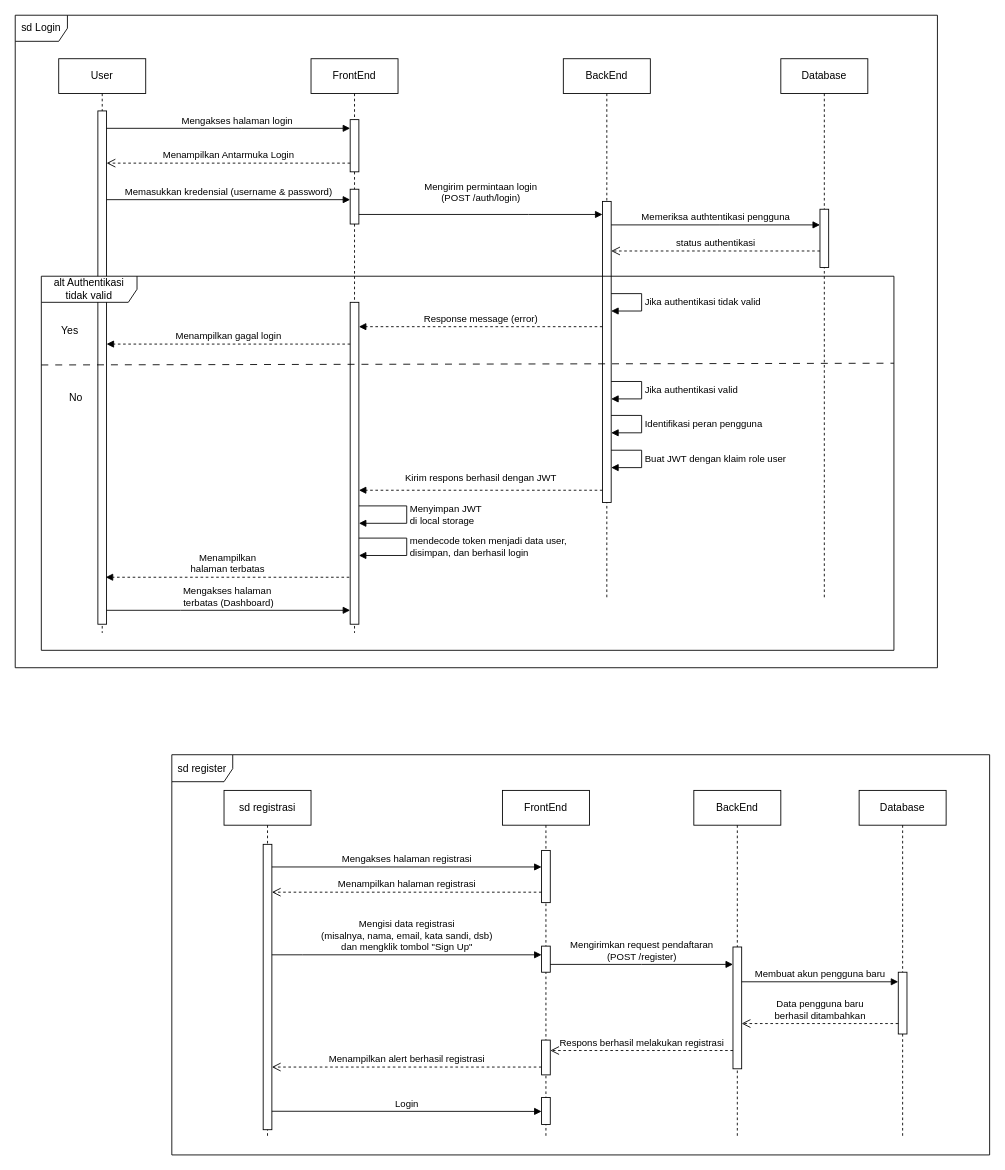
sintariaulia/Diagram keeps this draw.io diagram as page "Halaman-11" (5 of 5) of Sequence.drawio. Above is the earlier version. Source tidied: cells renumbered, new cells numbered last; positions are measured from the earlier drawing's top-left corner, leaving out a move shared by most shapes. Both pictures are drawn from the tidied source at 87%, with x=0, y=0 at pixel (15, 15).
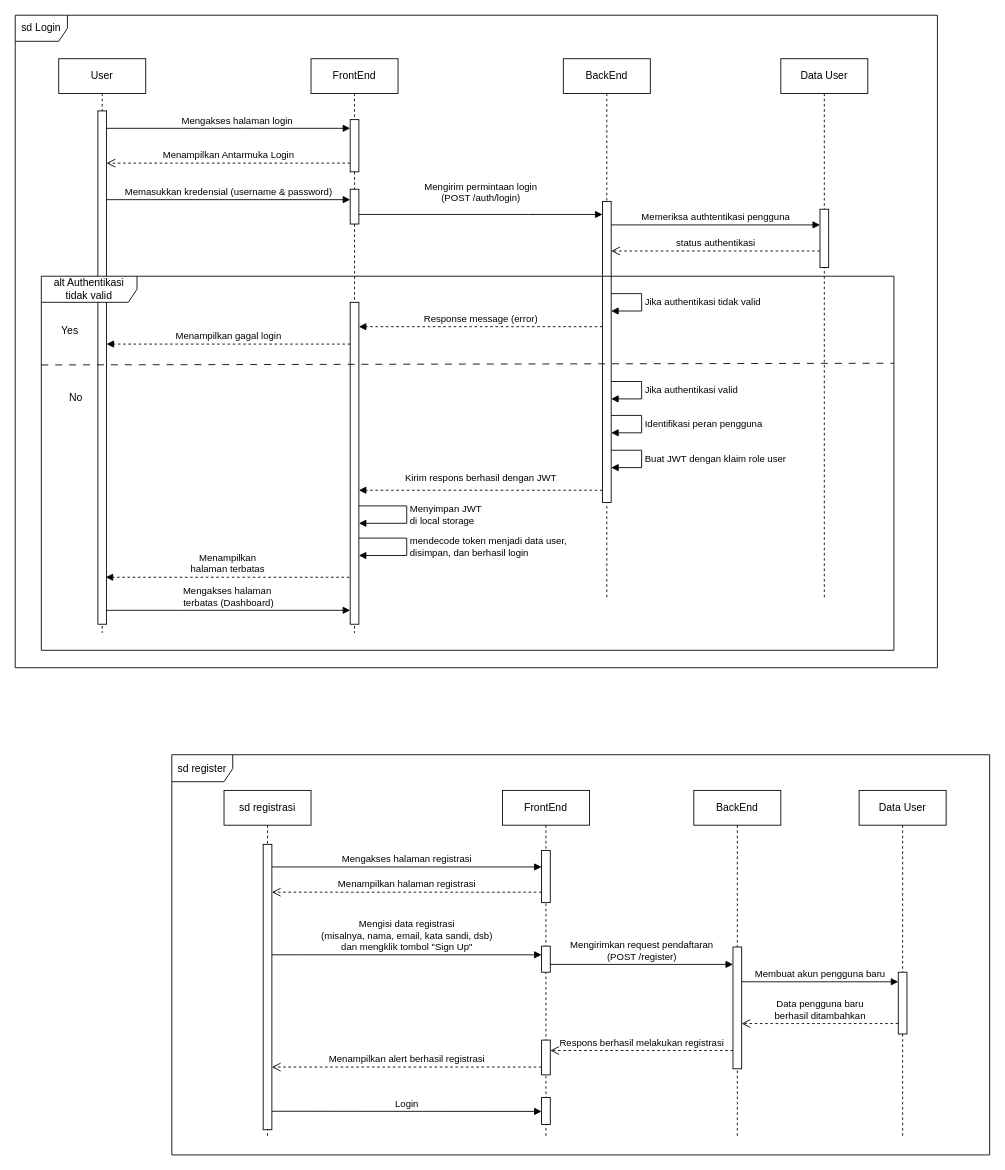
Above is the later version.

Diff of the diagram source:
```diff
@@
-    <mxCell id="15" value="Database" style="shape=umlLifeline;perimeter=lifelinePerimeter;whiteSpace=wrap;html=1;newEdgeStyle={&quot;edgeStyle&quot;:&quot;elbowEdgeStyle&quot;,&quot;elbow&quot;:&quot;vertical&quot;,&quot;curved&quot;:0,&quot;rounded&quot;:0};labelBackgroundColor=none;" parent="1" vertex="1">
+    <mxCell id="15" value="Data User" style="shape=umlLifeline;perimeter=lifelinePerimeter;whiteSpace=wrap;html=1;newEdgeStyle={&quot;edgeStyle&quot;:&quot;elbowEdgeStyle&quot;,&quot;elbow&quot;:&quot;vertical&quot;,&quot;curved&quot;:0,&quot;rounded&quot;:0};labelBackgroundColor=none;" parent="1" vertex="1">
       <mxGeometry x="880" y="50" width="100" height="620" as="geometry" />
     </mxCell>
@@
-    <mxCell id="48" value="Database" style="shape=umlLifeline;perimeter=lifelinePerimeter;whiteSpace=wrap;html=1;newEdgeStyle={&quot;edgeStyle&quot;:&quot;elbowEdgeStyle&quot;,&quot;elbow&quot;:&quot;vertical&quot;,&quot;curved&quot;:0,&quot;rounded&quot;:0};" parent="1" vertex="1">
+    <mxCell id="48" value="Data User" style="shape=umlLifeline;perimeter=lifelinePerimeter;whiteSpace=wrap;html=1;newEdgeStyle={&quot;edgeStyle&quot;:&quot;elbowEdgeStyle&quot;,&quot;elbow&quot;:&quot;vertical&quot;,&quot;curved&quot;:0,&quot;rounded&quot;:0};" parent="1" vertex="1">
       <mxGeometry x="970" y="891" width="100" height="399" as="geometry" />
     </mxCell>
```
